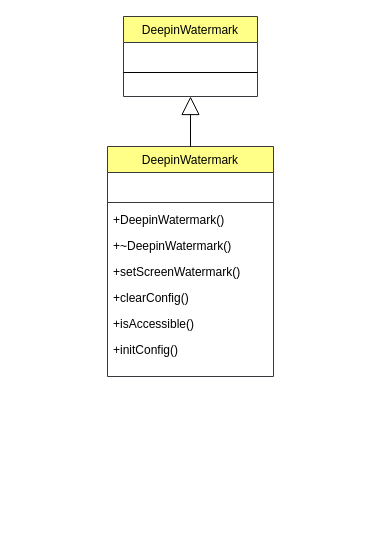
Before: 未命名绘图.drawio in 7Wcy/7Wcy, a draw.io diagram. Source tidied: cells renumbered, new cells numbered last; positions are measured from the earlier drawing's top-left corner, leaving out a move shared by most shapes. Both pictures are drawn from the tidied source at 100%, with x=0, y=0 at pixel (107, 16).
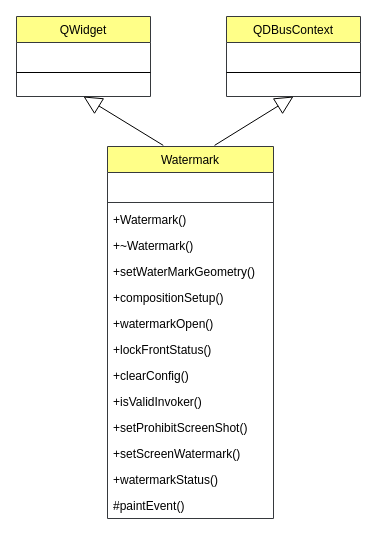
After the change.

Commit message:
更新未命名绘图.drawio

Diff of the diagram source:
```diff
@@
-    <mxCell id="2" value="DeepinWatermark" style="swimlane;fontStyle=0;align=center;verticalAlign=top;horizontal=1;startSize=26;rounded=0;shadow=0;strokeWidth=1;fillColor=#ffff88;strokeColor=#36393d;" parent="1" vertex="1">
-      <mxGeometry y="130" width="166" height="230" as="geometry" />
+    <mxCell id="2" value="Watermark" style="swimlane;fontStyle=0;align=center;verticalAlign=top;horizontal=1;startSize=26;rounded=0;shadow=0;strokeWidth=1;fillColor=#ffff88;strokeColor=#36393d;" parent="1" vertex="1">
+      <mxGeometry y="130" width="166" height="372" as="geometry" />
     </mxCell>
@@
-    <mxCell id="5" value="+DeepinWatermark()" style="text;align=left;verticalAlign=top;spacingLeft=4;spacingRight=4;overflow=hidden;rounded=0;shadow=0;html=0;" parent="2" vertex="1">
+    <mxCell id="5" value="+Watermark()" style="text;align=left;verticalAlign=top;spacingLeft=4;spacingRight=4;overflow=hidden;rounded=0;shadow=0;html=0;" parent="2" vertex="1">
       <mxGeometry y="60" width="166" height="26" as="geometry" />
     </mxCell>
-    <mxCell id="6" value="+~DeepinWatermark()" style="text;align=left;verticalAlign=top;spacingLeft=4;spacingRight=4;overflow=hidden;" parent="2" vertex="1">
+    <mxCell id="6" value="+~Watermark()" style="text;align=left;verticalAlign=top;spacingLeft=4;spacingRight=4;overflow=hidden;" parent="2" vertex="1">
       <mxGeometry y="86" width="166" height="26" as="geometry" />
     </mxCell>
-    <mxCell id="7" value="+setScreenWatermark()" style="text;align=left;verticalAlign=top;spacingLeft=4;spacingRight=4;overflow=hidden;rounded=0;shadow=0;html=0;" parent="2" vertex="1">
+    <mxCell id="7" value="+setWaterMarkGeometry()" style="text;align=left;verticalAlign=top;spacingLeft=4;spacingRight=4;overflow=hidden;rounded=0;shadow=0;html=0;" parent="2" vertex="1">
       <mxGeometry y="112" width="166" height="26" as="geometry" />
     </mxCell>
-    <mxCell id="8" value="+clearConfig()" style="text;align=left;verticalAlign=top;spacingLeft=4;spacingRight=4;overflow=hidden;rounded=0;shadow=0;html=0;" parent="2" vertex="1">
+    <mxCell id="8" value="+compositionSetup()" style="text;align=left;verticalAlign=top;spacingLeft=4;spacingRight=4;overflow=hidden;rounded=0;shadow=0;html=0;" parent="2" vertex="1">
       <mxGeometry y="138" width="166" height="26" as="geometry" />
     </mxCell>
-    <mxCell id="9" value="+isAccessible()" style="text;align=left;verticalAlign=top;spacingLeft=4;spacingRight=4;overflow=hidden;rounded=0;shadow=0;html=0;" parent="2" vertex="1">
+    <mxCell id="9" value="+watermarkOpen()" style="text;align=left;verticalAlign=top;spacingLeft=4;spacingRight=4;overflow=hidden;rounded=0;shadow=0;html=0;" parent="2" vertex="1">
       <mxGeometry y="164" width="166" height="26" as="geometry" />
     </mxCell>
+    <mxCell id="15" value="+lockFrontStatus()" style="text;align=left;verticalAlign=top;spacingLeft=4;spacingRight=4;overflow=hidden;rounded=0;shadow=0;html=0;" parent="2" vertex="1">
+      <mxGeometry y="190" width="166" height="26" as="geometry" />
+    </mxCell>
-    <mxCell id="10" value="+initConfig()" style="text;align=left;verticalAlign=top;spacingLeft=4;spacingRight=4;overflow=hidden;rounded=0;shadow=0;html=0;" parent="2" vertex="1">
-      <mxGeometry y="190" width="166" height="26" as="geometry" />
+    <mxCell id="10" value="+clearConfig()" style="text;align=left;verticalAlign=top;spacingLeft=4;spacingRight=4;overflow=hidden;rounded=0;shadow=0;html=0;" parent="2" vertex="1">
+      <mxGeometry y="216" width="166" height="26" as="geometry" />
     </mxCell>
+    <mxCell id="16" value="+isValidInvoker()" style="text;align=left;verticalAlign=top;spacingLeft=4;spacingRight=4;overflow=hidden;rounded=0;shadow=0;html=0;" parent="2" vertex="1">
+      <mxGeometry y="242" width="166" height="26" as="geometry" />
+    </mxCell>
+    <mxCell id="17" value="+setProhibitScreenShot()" style="text;align=left;verticalAlign=top;spacingLeft=4;spacingRight=4;overflow=hidden;rounded=0;shadow=0;html=0;" parent="2" vertex="1">
+      <mxGeometry y="268" width="166" height="26" as="geometry" />
+    </mxCell>
+    <mxCell id="18" value="+setScreenWatermark()" style="text;align=left;verticalAlign=top;spacingLeft=4;spacingRight=4;overflow=hidden;rounded=0;shadow=0;html=0;" parent="2" vertex="1">
+      <mxGeometry y="294" width="166" height="26" as="geometry" />
+    </mxCell>
+    <mxCell id="19" value="+watermarkStatus()" style="text;align=left;verticalAlign=top;spacingLeft=4;spacingRight=4;overflow=hidden;rounded=0;shadow=0;html=0;" parent="2" vertex="1">
+      <mxGeometry y="320" width="166" height="26" as="geometry" />
+    </mxCell>
+    <mxCell id="20" value="#paintEvent()" style="text;align=left;verticalAlign=top;spacingLeft=4;spacingRight=4;overflow=hidden;rounded=0;shadow=0;html=0;" parent="2" vertex="1">
+      <mxGeometry y="346" width="166" height="22" as="geometry" />
+    </mxCell>
-    <mxCell id="11" value="DeepinWatermark" style="swimlane;fontStyle=0;align=center;verticalAlign=top;horizontal=1;startSize=26;rounded=0;shadow=0;strokeWidth=1;fillColor=#ffff88;strokeColor=#36393d;" parent="1" vertex="1">
-      <mxGeometry x="16" width="134" height="80" as="geometry" />
+    <mxCell id="11" value="QWidget" style="swimlane;fontStyle=0;align=center;verticalAlign=top;horizontal=1;startSize=26;rounded=0;shadow=0;strokeWidth=1;fillColor=#ffff88;strokeColor=#36393d;" parent="1" vertex="1">
+      <mxGeometry x="-91" width="134" height="80" as="geometry" />
     </mxCell>
@@
-    <mxCell id="14" style="endArrow=block;endSize=16;endFill=0;html=1;rounded=0;entryX=0.5;entryY=1;entryDx=0;entryDy=0;exitX=0.5;exitY=0;exitDx=0;exitDy=0;" parent="1" edge="1" source="2" target="11">
+    <mxCell id="14" style="endArrow=block;endSize=16;endFill=0;html=1;rounded=0;entryX=0.5;entryY=1;entryDx=0;entryDy=0;exitX=0.336;exitY=-0.003;exitDx=0;exitDy=0;exitPerimeter=0;" parent="1" edge="1" source="2" target="11">
       <mxGeometry relative="1" as="geometry" />
     </mxCell>
+    <mxCell id="21" value="QDBusContext" style="swimlane;fontStyle=0;align=center;verticalAlign=top;horizontal=1;startSize=26;rounded=0;shadow=0;strokeWidth=1;fillColor=#ffff88;strokeColor=#36393d;" parent="1" vertex="1">
+      <mxGeometry x="119" width="134" height="80" as="geometry" />
+    </mxCell>
+    <mxCell id="22" value=" " style="text;align=left;verticalAlign=top;spacingLeft=4;spacingRight=4;overflow=hidden;rounded=0;shadow=0;html=0;" parent="21" vertex="1">
+      <mxGeometry y="26" width="134" height="26" as="geometry" />
+    </mxCell>
+    <mxCell id="23" style="line;html=1;strokeWidth=1;align=left;verticalAlign=middle;spacingTop=-1;spacingLeft=3;spacingRight=3;labelPosition=right;" parent="21" vertex="1">
+      <mxGeometry y="52" width="134" height="8" as="geometry" />
+    </mxCell>
+    <mxCell id="24" style="endArrow=block;endSize=16;endFill=0;html=1;rounded=0;entryX=0.5;entryY=1;entryDx=0;entryDy=0;exitX=0.645;exitY=-0.003;exitDx=0;exitDy=0;exitPerimeter=0;" parent="1" edge="1" source="2" target="21">
+      <mxGeometry relative="1" as="geometry" />
+    </mxCell>
```
